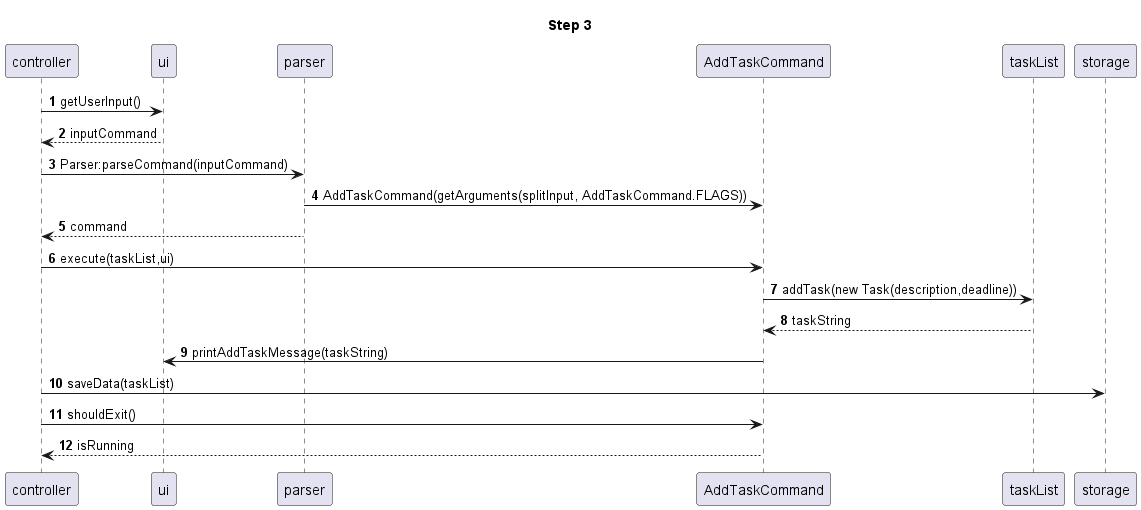
nus-cs2113-AY2223S2/tp keeps this PlantUML diagram as docs/images/StorageSequenceDiagramStep3-Step_3.png. Above is the earlier version. Source of this version:
```plantuml
@startuml

autonumber
title Step 3
controller -> ui:getUserInput()
controller <-- ui:inputCommand
controller -> parser:Parser:parseCommand(inputCommand)
parser -> AddTaskCommand:AddTaskCommand(getArguments(splitInput, AddTaskCommand.FLAGS))
controller <-- parser:command
controller -> AddTaskCommand:execute(taskList,ui)
AddTaskCommand -> taskList:addTask(new Task(description,deadline))
AddTaskCommand <-- taskList:taskString
AddTaskCommand -> ui:printAddTaskMessage(taskString)
controller -> storage:saveData(taskList)
controller -> AddTaskCommand:shouldExit()
controller <-- AddTaskCommand:isRunning
@enduml
```
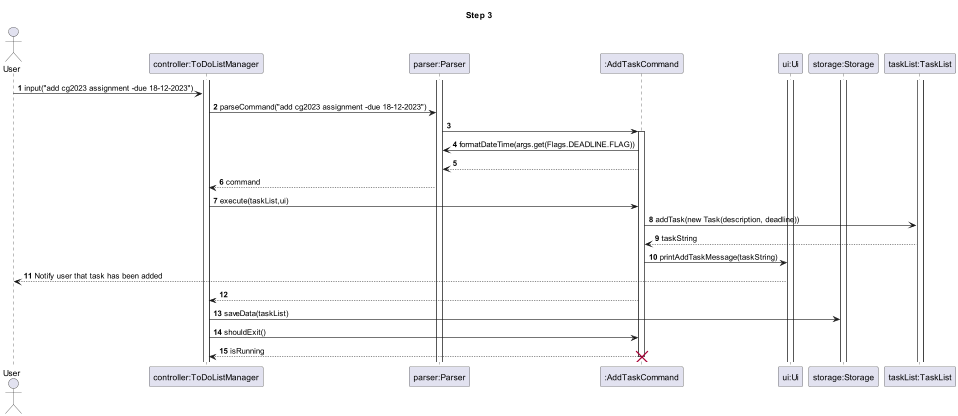
After the commit.

Commit message:
Update developer guide and sequence diagrams and delete unnecessary file

The edit, as a diff of the source:
```diff
@@ -1,17 +1,39 @@
 @startuml
 
 autonumber
+
+actor User
+participant "controller:ToDoListManager" as ToDoListManager
+participant "parser:Parser" as Parser
+participant ":AddTaskCommand" as AddTaskCommand
+participant "ui:Ui" as Ui
+participant "storage:Storage" as Storage
+participant "taskList:TaskList" as TaskList
+
 title Step 3
-controller -> ui:getUserInput()
-controller <-- ui:inputCommand
-controller -> parser:Parser:parseCommand(inputCommand)
-parser -> AddTaskCommand:AddTaskCommand(getArguments(splitInput, AddTaskCommand.FLAGS))
-controller <-- parser:command
-controller -> AddTaskCommand:execute(taskList,ui)
-AddTaskCommand -> taskList:addTask(new Task(description,deadline))
-AddTaskCommand <-- taskList:taskString
-AddTaskCommand -> ui:printAddTaskMessage(taskString)
-controller -> storage:saveData(taskList)
-controller -> AddTaskCommand:shouldExit()
-controller <-- AddTaskCommand:isRunning
+activate Storage
+activate ToDoListManager
+activate Parser
+activate TaskList
+activate Ui
+User -> ToDoListManager:input("add cg2023 assignment -due 18-12-2023")
+ToDoListManager -> Parser:parseCommand("add cg2023 assignment -due 18-12-2023")
+
+Parser -> AddTaskCommand
+activate AddTaskCommand
+AddTaskCommand -> Parser:formatDateTime(args.get(Flags.DEADLINE.FLAG))
+Parser <-- AddTaskCommand
+ToDoListManager <-- Parser:command
+ToDoListManager -> AddTaskCommand:execute(taskList,ui)
+AddTaskCommand -> TaskList:addTask(new Task(description, deadline))
+AddTaskCommand <-- TaskList:taskString
+AddTaskCommand -> Ui:printAddTaskMessage(taskString)
+Ui --> User:Notify user that task has been added
+ToDoListManager <-- AddTaskCommand
+
+ToDoListManager -> Storage:saveData(taskList)
+ToDoListManager -> AddTaskCommand:shouldExit()
+ToDoListManager <-- AddTaskCommand:isRunning
+destroy AddTaskCommand
+
 @enduml
```
